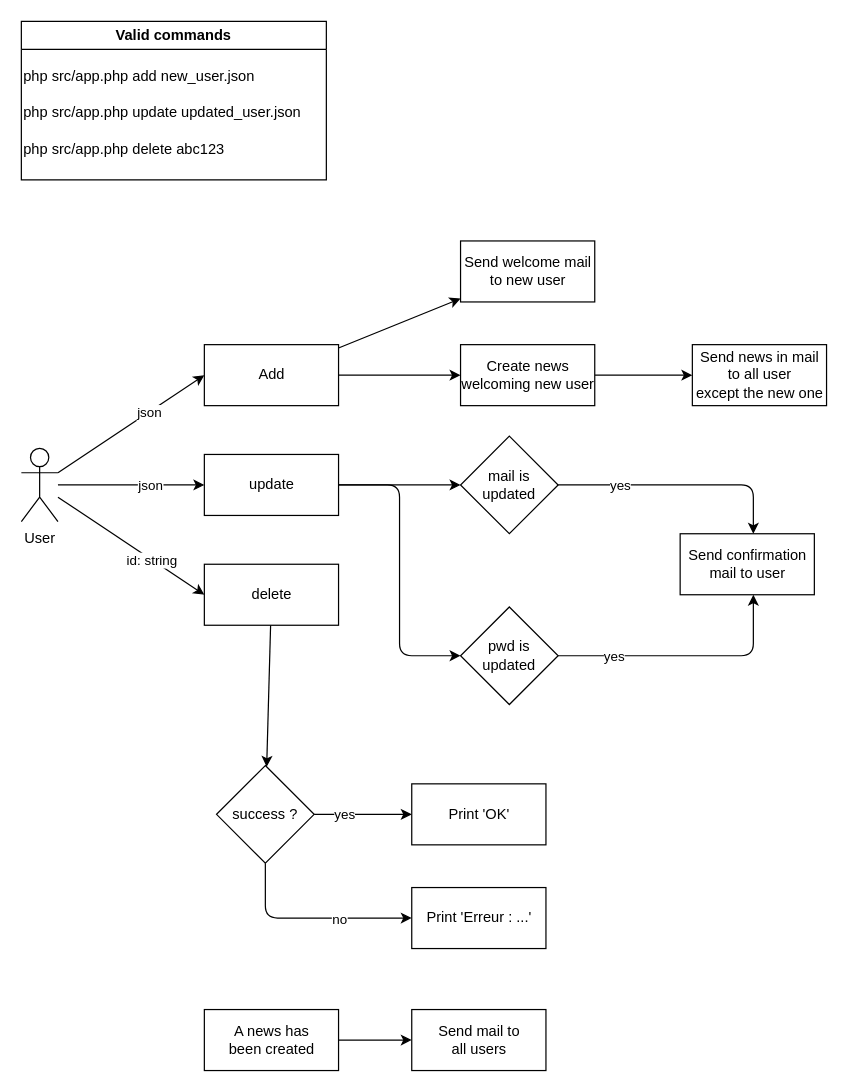
This is userflow.drawio from Nimajjj/inscription, a draw.io file, before an edit. Source tidied: cells renumbered, new cells numbered last; positions are measured from the earlier drawing's top-left corner, leaving out a move shared by most shapes. Both pictures are drawn from the tidied source at 122%, with x=0, y=0 at pixel (21, 21).
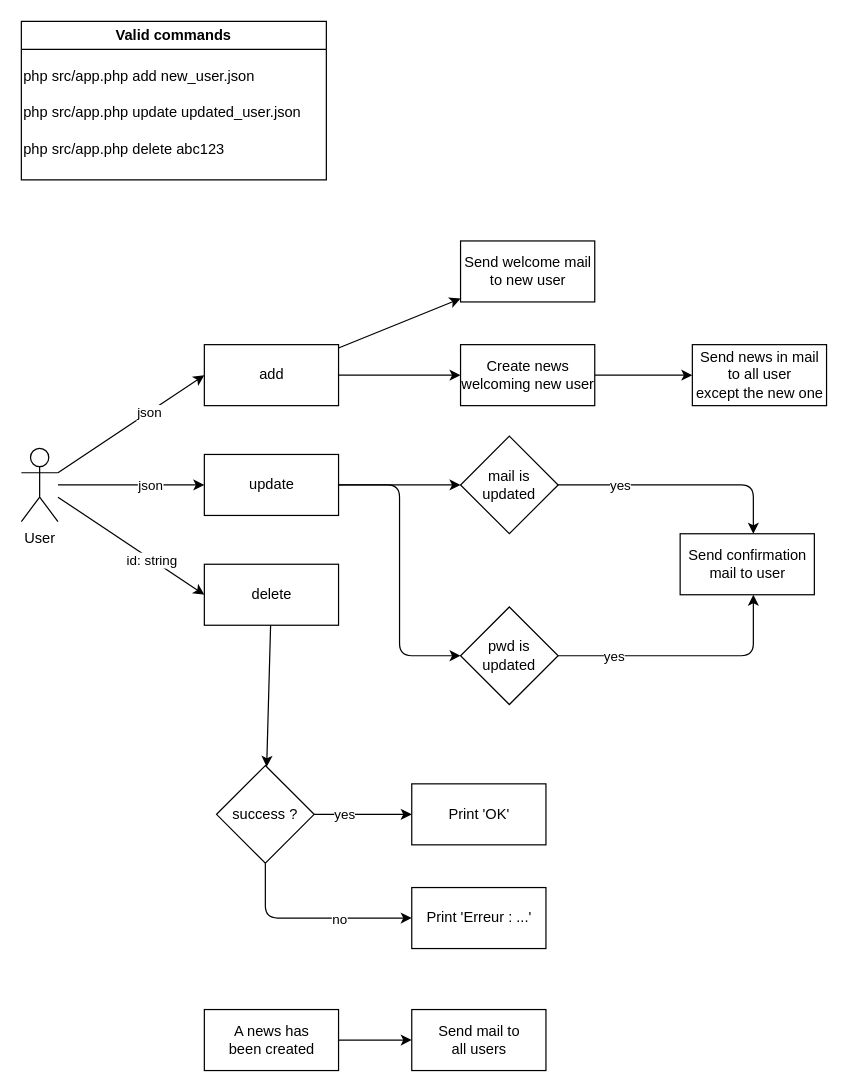
Above is the later version.

Change to the diagram source:
```diff
@@
-    <mxCell id="11" value="Add" style="html=1;" parent="1" vertex="1">
+    <mxCell id="11" value="add" style="html=1;" parent="1" vertex="1">
       <mxGeometry x="150" y="265" width="110" height="50" as="geometry" />
     </mxCell>
```
